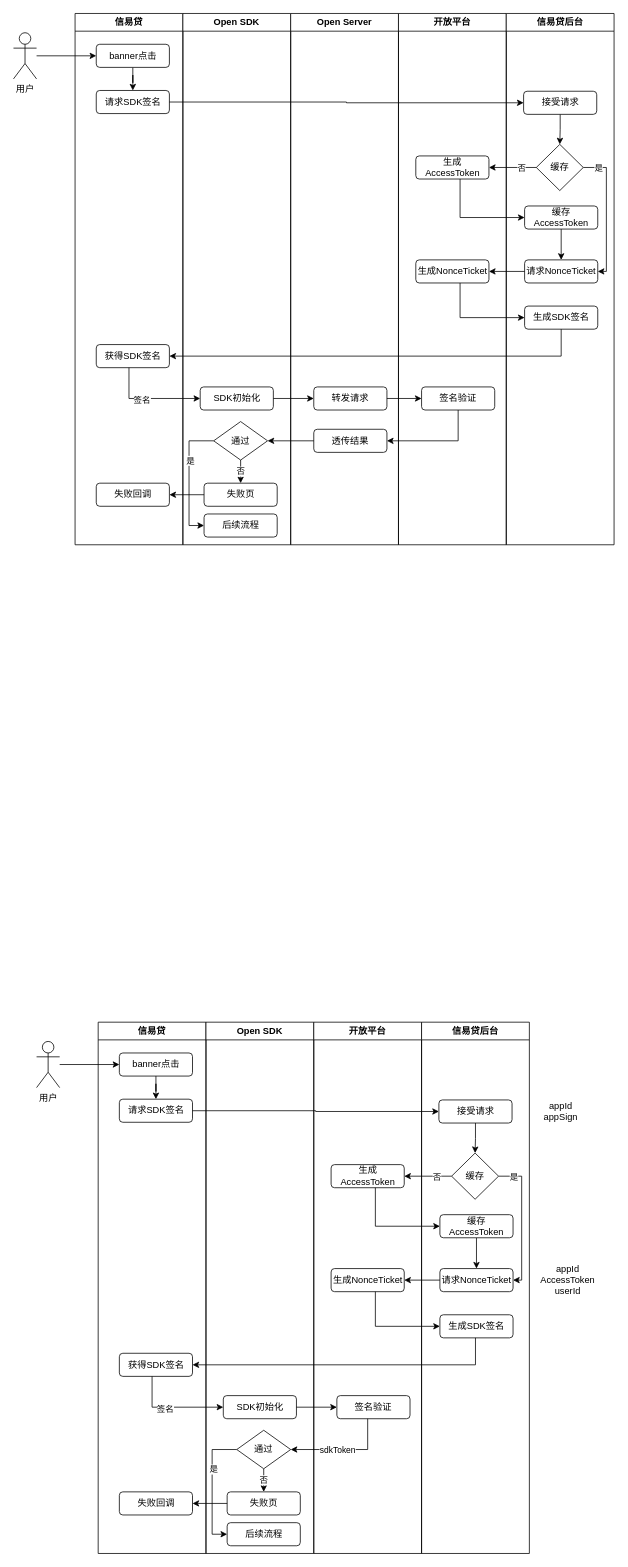
Above: page "SDK认证流程" (6 of 7) of doc/未命名绘图.drawio in shushanfx/nfile (draw.io), before the change. Source tidied: cells renumbered, new cells numbered last; positions are measured from the earlier drawing's top-left corner, leaving out a move shared by most shapes. Both pictures are drawn from the tidied source at 77%, with x=0, y=0 at pixel (13, 13).
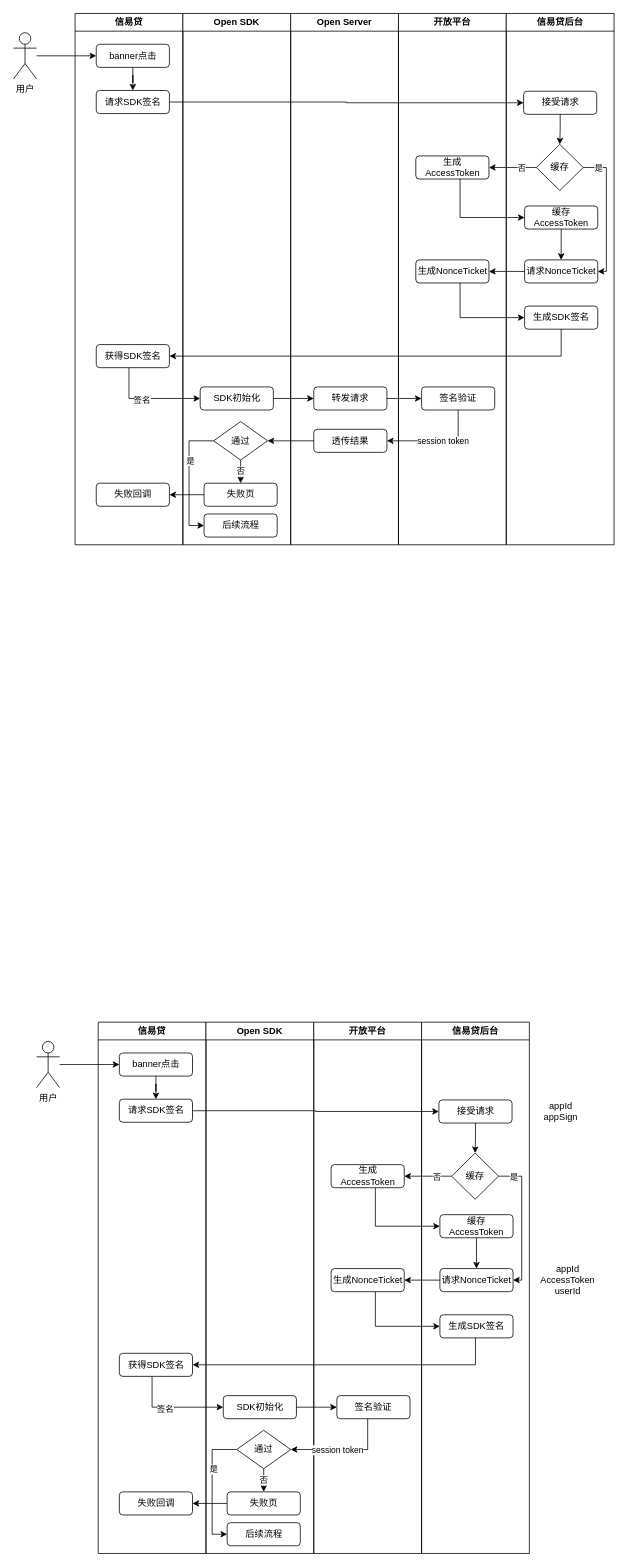
The same diagram, later.

Commit message:
更新未命名绘图.drawio

The change refers to these unchanged cells:
```xml
<mxCell id="55" style="edgeStyle=orthogonalEdgeStyle;rounded=0;jettySize=auto;html=1;entryX=1;entryY=0.5;entryDx=0;entryDy=0;" parent="4" edge="1" source="31" target="27">
  <mxGeometry relative="1" as="geometry">
    <Array as="points">
      <mxPoint x="578" y="555" />
    </Array>
  </mxGeometry>
</mxCell>
<mxCell id="100" style="edgeStyle=orthogonalEdgeStyle;rounded=0;jettySize=auto;html=1;entryX=1;entryY=0.5;entryDx=0;entryDy=0;" parent="1" edge="1" source="76" target="70">
  <mxGeometry relative="1" as="geometry">
    <Array as="points">
      <mxPoint x="460" y="1865" />
    </Array>
  </mxGeometry>
</mxCell>
```

Change to the diagram source:
```diff
@@
+    <mxCell id="104" value="session token" style="edgeLabel;html=1;align=center;verticalAlign=middle;" parent="55" vertex="1">
+      <mxGeometry x="-0.1" relative="1" as="geometry" />
+    </mxCell>
@@
-    <mxCell id="101" value="sdkToken" style="edgeLabel;html=1;align=center;verticalAlign=middle;" parent="100" vertex="1">
+    <mxCell id="101" value="session token&lt;br&gt;" style="edgeLabel;html=1;align=center;verticalAlign=middle;" parent="100" vertex="1">
       <mxGeometry y="2" relative="1" as="geometry">
         <mxPoint x="-10" y="-2" as="offset" />
       </mxGeometry>
     </mxCell>
```
